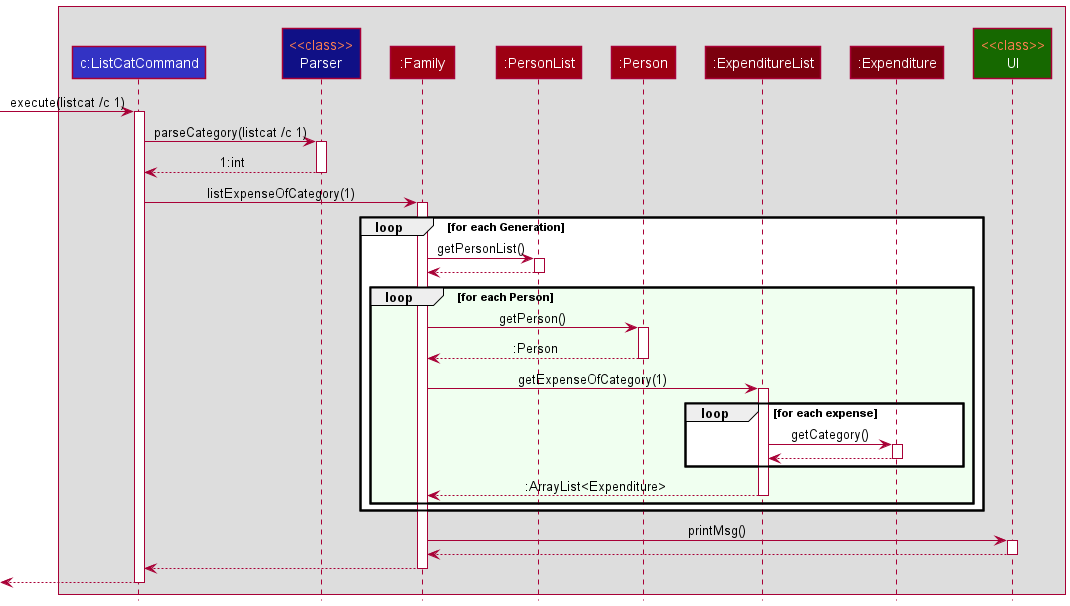
The PlantUML diagram docs/images/ListCategorisedExpenseSequence.png in nus-cs2113-AY2122S2/tp, before a commit.
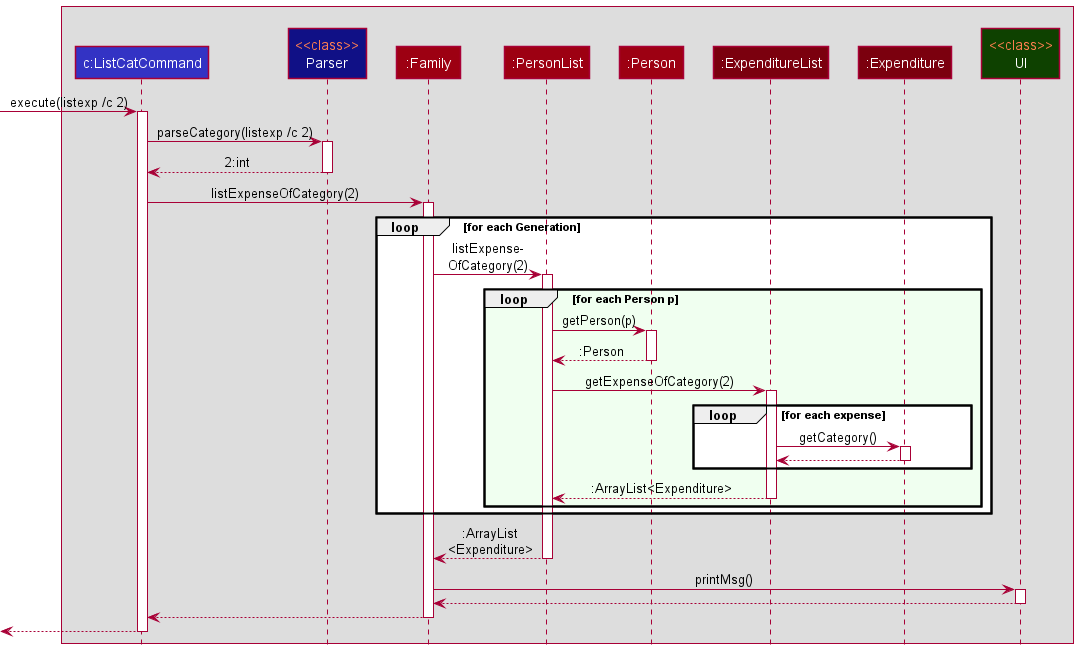
Above is the later version.

Change to the diagram source:
```diff
@@ -9,34 +9,32 @@
     participant ":Person" as Person MODEL_COLOR
     participant ":ExpenditureList" as MList MODEL_COLOR_T3
     participant ":Expenditure" as Money MODEL_COLOR_T3
-    participant "<color:coral><<class>>\nUI" as UI UI_COLOR_T3
+    participant "<color:coral><<class>>\nUI" as UI UI_COLOR_T4
 end box
 
-[-> Commands : execute(listcat /c 1)
+[-> Commands : execute(listexp /c 2)
 activate Commands
 
-Commands -> Parser : parseCategory(listcat /c 1)
+Commands -> Parser : parseCategory(listexp /c 2)
 activate Parser
-Parser --> Commands : 1:int
+Parser --> Commands : 2:int
 deactivate Parser
 
 
-Commands -> Family : listExpenseOfCategory(1)
+Commands -> Family : listExpenseOfCategory(2)
 activate Family
 
 loop for each Generation
-    Family -> PList : getPersonList()
+    Family -> PList : listExpense-\nOfCategory(2)
     activate PList
-    PList --> Family
-    deactivate PList
 
-    loop #honeydew for each Person
-        Family -> Person : getPerson()
+    loop #honeydew for each Person p
+        PList -> Person : getPerson(p)
         activate Person
-        Person --> Family : :Person
+        Person --> PList : :Person
         deactivate Person
 
-        Family -> MList : getExpenseOfCategory(1)
+        PList -> MList : getExpenseOfCategory(2)
         activate MList
 
         loop for each expense
@@ -46,10 +44,13 @@
             deactivate Money
         end
 
-        MList --> Family : :ArrayList<Expenditure>
+        MList --> PList : :ArrayList<Expenditure>
         deactivate MList
     end
 end
+
+PList --> Family : :ArrayList\n<Expenditure>
+deactivate PList
 
 Family -> UI : printMsg()
 activate UI
```
